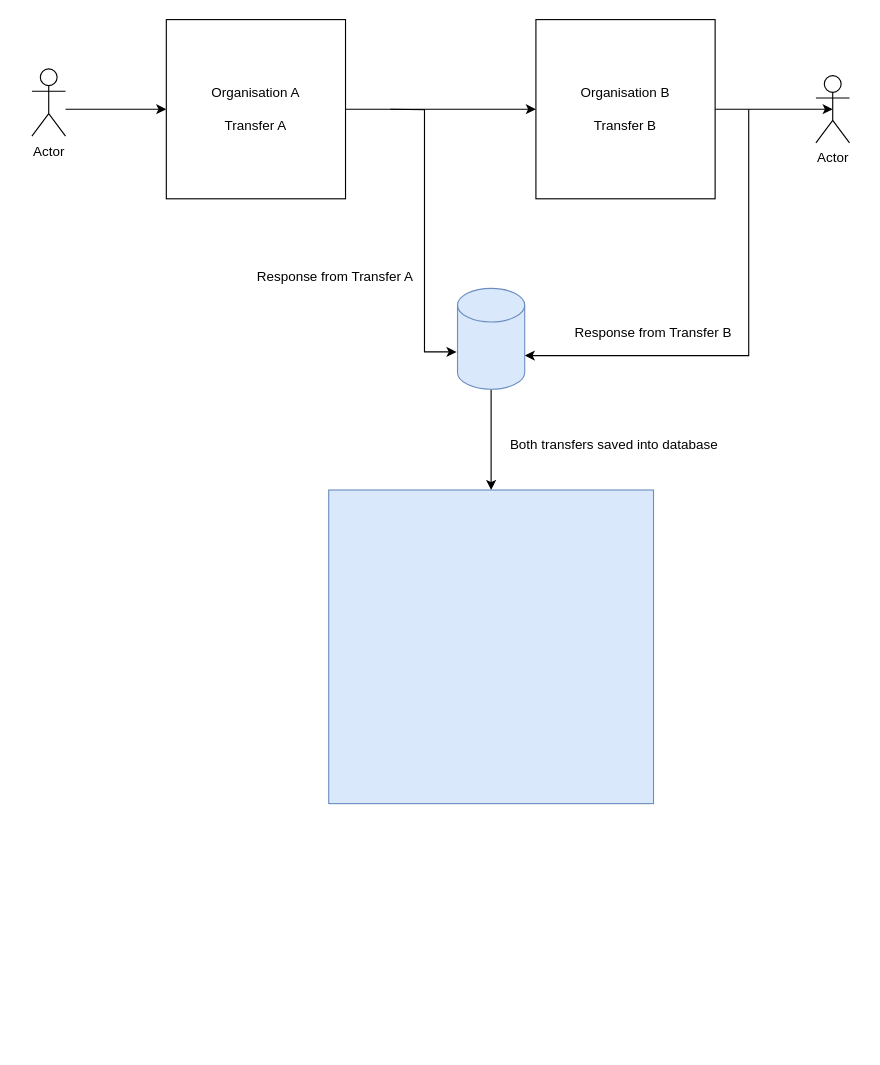
Before: Design/Credit Points.drawio in sijan-acharya1/Credit-Points, a draw.io diagram. Source tidied: cells renumbered, new cells numbered last; positions are measured from the earlier drawing's top-left corner, leaving out a move shared by most shapes. Both pictures are drawn from the tidied source at 112%, with x=0, y=0 at pixel (31, 19).
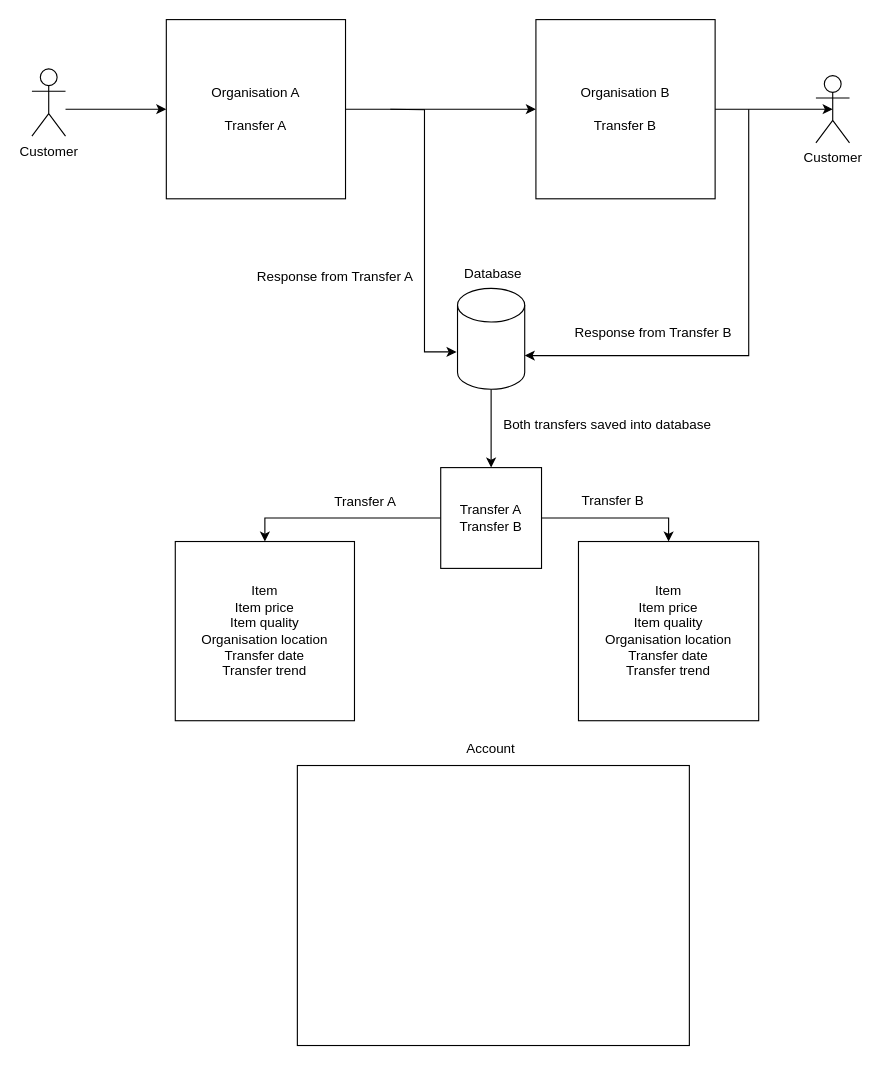
Above is the later version.

Change to the diagram source:
```diff
@@
-    <mxCell id="3" value="Actor" style="shape=umlActor;verticalLabelPosition=bottom;verticalAlign=top;html=1;outlineConnect=0;" parent="1" vertex="1">
+    <mxCell id="3" value="Customer" style="shape=umlActor;verticalLabelPosition=bottom;verticalAlign=top;html=1;outlineConnect=0;" parent="1" vertex="1">
       <mxGeometry y="44" width="30" height="60" as="geometry" />
     </mxCell>
@@
-    <mxCell id="9" style="edgeStyle=orthogonalEdgeStyle;rounded=0;jettySize=auto;html=1;exitX=0.5;exitY=1;exitDx=0;exitDy=0;exitPerimeter=0;entryX=0.5;entryY=0;entryDx=0;entryDy=0;" parent="1" edge="1" source="10" target="13">
+    <mxCell id="9" style="edgeStyle=orthogonalEdgeStyle;rounded=0;jettySize=auto;html=1;exitX=0.5;exitY=1;exitDx=0;exitDy=0;exitPerimeter=0;entryX=0.5;entryY=0;entryDx=0;entryDy=0;" parent="1" edge="1" source="10" target="20">
       <mxGeometry relative="1" as="geometry" />
     </mxCell>
-    <mxCell id="10" style="shape=cylinder3;whiteSpace=wrap;html=1;boundedLbl=1;backgroundOutline=1;size=15;fillColor=#dae8fc;strokeColor=#6c8ebf;" parent="1" vertex="1">
+    <mxCell id="10" style="shape=cylinder3;whiteSpace=wrap;html=1;boundedLbl=1;backgroundOutline=1;size=15;" parent="1" vertex="1">
       <mxGeometry x="380" y="240" width="60" height="90" as="geometry" />
     </mxCell>
-    <mxCell id="11" value="Actor" style="shape=umlActor;verticalLabelPosition=bottom;verticalAlign=top;html=1;outlineConnect=0;" parent="1" vertex="1">
+    <mxCell id="11" value="Customer" style="shape=umlActor;verticalLabelPosition=bottom;verticalAlign=top;html=1;outlineConnect=0;" parent="1" vertex="1">
       <mxGeometry x="700" y="50" width="30" height="60" as="geometry" />
     </mxCell>
@@
-    <mxCell id="13" style="rounded=0;whiteSpace=wrap;html=1;fillColor=#dae8fc;strokeColor=#6c8ebf;align=center;" parent="1" vertex="1">
-      <mxGeometry x="265" y="420" width="290" height="280" as="geometry" />
-    </mxCell>
@@
     <mxCell id="16" value="Both transfers saved into database" style="text;html=1;align=center;verticalAlign=middle;whiteSpace=wrap;rounded=0;" parent="1" vertex="1">
-      <mxGeometry x="410" y="360" width="220" height="40" as="geometry" />
+      <mxGeometry x="414" y="342" width="200" height="40" as="geometry" />
     </mxCell>
+    <mxCell id="17" value="Database" style="text;html=1;align=center;verticalAlign=middle;whiteSpace=wrap;rounded=0;" parent="1" vertex="1">
+      <mxGeometry x="377" y="216" width="70" height="22" as="geometry" />
+    </mxCell>
+    <mxCell id="18" style="edgeStyle=orthogonalEdgeStyle;rounded=0;jettySize=auto;html=1;exitX=0;exitY=0.5;exitDx=0;exitDy=0;entryX=0.5;entryY=0;entryDx=0;entryDy=0;" parent="1" edge="1" source="20" target="21">
+      <mxGeometry relative="1" as="geometry" />
+    </mxCell>
+    <mxCell id="19" style="edgeStyle=orthogonalEdgeStyle;rounded=0;jettySize=auto;html=1;exitX=1;exitY=0.5;exitDx=0;exitDy=0;entryX=0.5;entryY=0;entryDx=0;entryDy=0;" parent="1" edge="1" source="20" target="24">
+      <mxGeometry relative="1" as="geometry" />
+    </mxCell>
+    <mxCell id="20" value="Transfer A&lt;div&gt;Transfer B&lt;/div&gt;" style="whiteSpace=wrap;html=1;" parent="1" vertex="1">
+      <mxGeometry x="365" y="400" width="90" height="90" as="geometry" />
+    </mxCell>
+    <mxCell id="21" value="Item&lt;div&gt;Item price&lt;/div&gt;&lt;div&gt;Item quality&lt;/div&gt;&lt;div&gt;Organisation location&lt;/div&gt;&lt;div&gt;Transfer date&lt;/div&gt;&lt;div&gt;Transfer trend&lt;/div&gt;" style="whiteSpace=wrap;html=1;" parent="1" vertex="1">
+      <mxGeometry x="128" y="466" width="160" height="160" as="geometry" />
+    </mxCell>
+    <mxCell id="22" value="Transfer A" style="text;html=1;align=center;verticalAlign=middle;whiteSpace=wrap;rounded=0;" parent="1" vertex="1">
+      <mxGeometry x="268" y="416" width="60" height="30" as="geometry" />
+    </mxCell>
+    <mxCell id="23" value="Transfer B" style="text;html=1;align=center;verticalAlign=middle;whiteSpace=wrap;rounded=0;" parent="1" vertex="1">
+      <mxGeometry x="489" y="415" width="60" height="30" as="geometry" />
+    </mxCell>
+    <mxCell id="24" value="Item&lt;div&gt;Item price&lt;/div&gt;&lt;div&gt;Item quality&lt;/div&gt;&lt;div&gt;Organisation location&lt;/div&gt;&lt;div&gt;Transfer date&lt;/div&gt;&lt;div&gt;Transfer trend&lt;/div&gt;" style="whiteSpace=wrap;html=1;" parent="1" vertex="1">
+      <mxGeometry x="488" y="466" width="160.9" height="160" as="geometry" />
+    </mxCell>
+    <mxCell id="25" style="rounded=0;whiteSpace=wrap;html=1;" parent="1" vertex="1">
+      <mxGeometry x="237" y="666" width="350" height="250" as="geometry" />
+    </mxCell>
+    <mxCell id="26" value="Account" style="text;html=1;align=center;verticalAlign=middle;whiteSpace=wrap;rounded=0;" parent="1" vertex="1">
+      <mxGeometry x="380" y="636" width="60" height="30" as="geometry" />
+    </mxCell>
```
